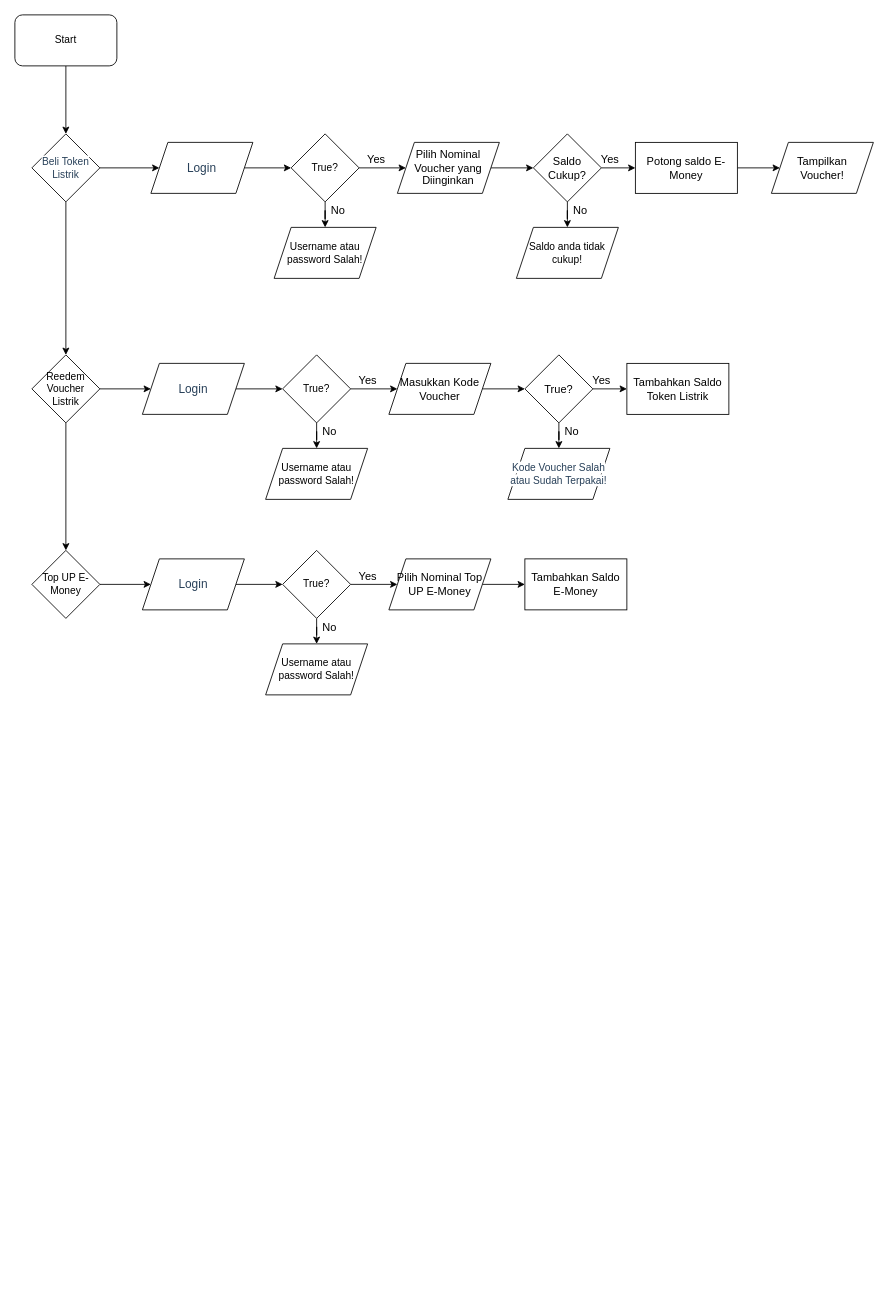
The draw.io diagram Listrik.drawio in farrasrayhand/Learning, before the edit. Source tidied: cells renumbered, new cells numbered last; positions are measured from the earlier drawing's top-left corner, leaving out a move shared by most shapes. Both pictures are drawn from the tidied source at 85%, with x=0, y=0 at pixel (14, 14).
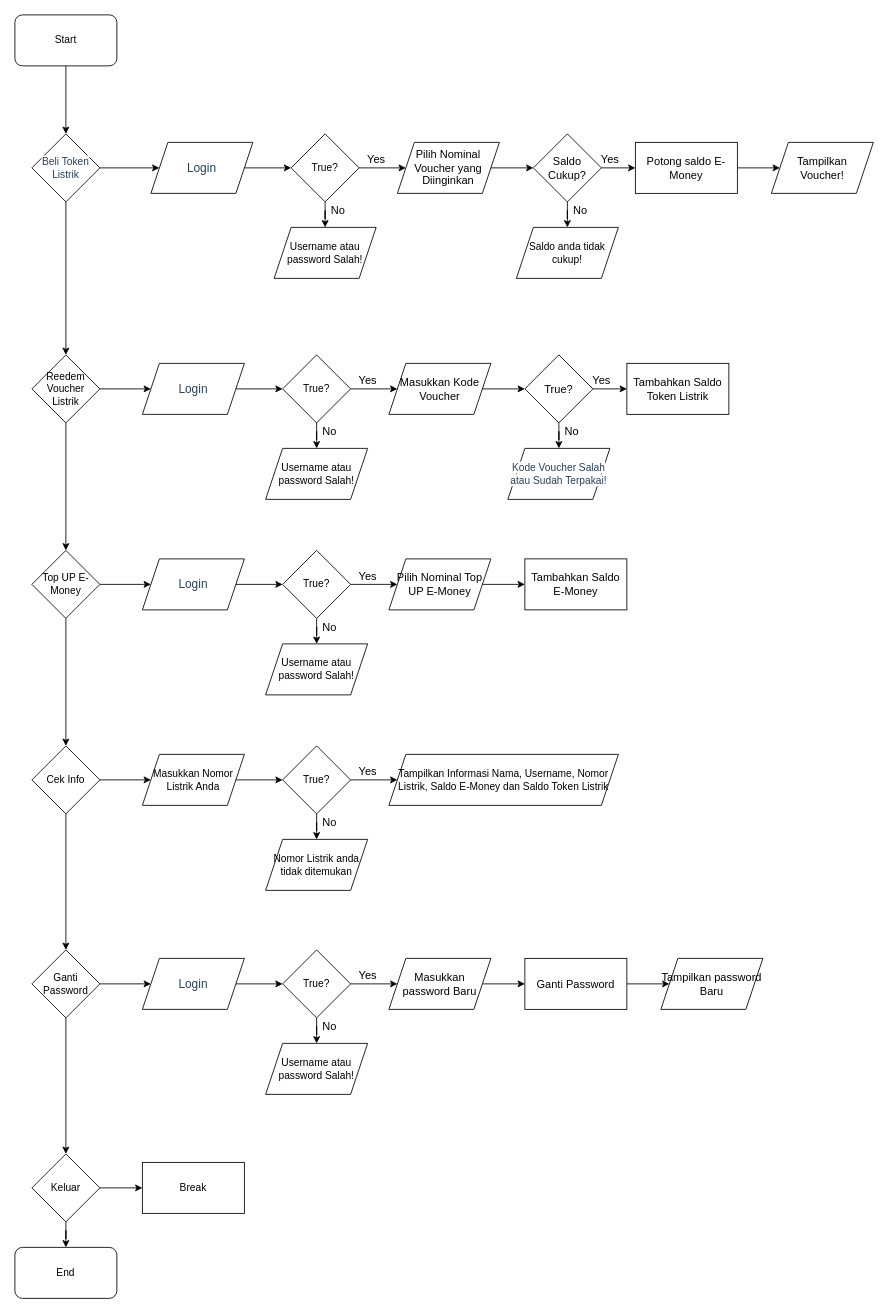
Above is the later version.

The change refers to these unchanged cells:
```xml
<mxCell id="47" value="Top UP E-Money" style="rhombus;whiteSpace=wrap;html=1;fontSize=12;" parent="1" vertex="1">
  <mxGeometry x="20" y="630" width="80" height="80" as="geometry" />
</mxCell>
```

Diff of the diagram source:
```diff
@@
+    <mxCell id="59" style="edgeStyle=orthogonalEdgeStyle;rounded=0;jettySize=auto;html=1;entryX=0.5;entryY=0;entryDx=0;entryDy=0;fontFamily=Helvetica;fontSize=12;" parent="1" edge="1" source="47" target="62">
+      <mxGeometry relative="1" as="geometry" />
+    </mxCell>
@@
+    <mxCell id="60" style="edgeStyle=orthogonalEdgeStyle;rounded=0;jettySize=auto;html=1;entryX=0;entryY=0.5;entryDx=0;entryDy=0;fontFamily=Helvetica;fontSize=12;" parent="1" edge="1" source="62" target="64">
+      <mxGeometry relative="1" as="geometry" />
+    </mxCell>
+    <mxCell id="61" style="edgeStyle=orthogonalEdgeStyle;rounded=0;jettySize=auto;html=1;entryX=0.5;entryY=0;entryDx=0;entryDy=0;fontFamily=Helvetica;fontSize=12;" parent="1" edge="1" source="62" target="74">
+      <mxGeometry relative="1" as="geometry" />
+    </mxCell>
+    <mxCell id="62" value="Cek Info" style="rhombus;whiteSpace=wrap;html=1;fontFamily=Helvetica;fontSize=12;" parent="1" vertex="1">
+      <mxGeometry x="20" y="860" width="80" height="80" as="geometry" />
+    </mxCell>
+    <mxCell id="63" style="edgeStyle=orthogonalEdgeStyle;rounded=0;jettySize=auto;html=1;entryX=0;entryY=0.5;entryDx=0;entryDy=0;fontSize=12;" parent="1" edge="1" source="64" target="67">
+      <mxGeometry relative="1" as="geometry" />
+    </mxCell>
+    <mxCell id="64" value="Masukkan Nomor Listrik Anda" style="shape=parallelogram;perimeter=parallelogramPerimeter;whiteSpace=wrap;html=1;fixedSize=1;fontSize=12;" parent="1" vertex="1">
+      <mxGeometry x="150" y="870" width="120" height="60" as="geometry" />
+    </mxCell>
+    <mxCell id="65" style="edgeStyle=orthogonalEdgeStyle;rounded=0;jettySize=auto;html=1;entryX=0;entryY=0.5;entryDx=0;entryDy=0;fontSize=12;" parent="1" edge="1" source="67" target="69">
+      <mxGeometry relative="1" as="geometry" />
+    </mxCell>
+    <mxCell id="66" style="edgeStyle=orthogonalEdgeStyle;rounded=0;jettySize=auto;html=1;entryX=0.5;entryY=0;entryDx=0;entryDy=0;fontSize=12;" parent="1" edge="1" source="67" target="68">
+      <mxGeometry relative="1" as="geometry" />
+    </mxCell>
+    <mxCell id="67" value="True?" style="rhombus;whiteSpace=wrap;html=1;fontSize=12;" parent="1" vertex="1">
+      <mxGeometry x="315" y="860" width="80" height="80" as="geometry" />
+    </mxCell>
+    <mxCell id="68" value="Nomor Listrik anda tidak ditemukan" style="shape=parallelogram;perimeter=parallelogramPerimeter;whiteSpace=wrap;html=1;fixedSize=1;fontSize=12;" parent="1" vertex="1">
+      <mxGeometry x="295" y="970" width="120" height="60" as="geometry" />
+    </mxCell>
+    <mxCell id="69" value="Tampilkan Informasi Nama, Username, Nomor Listrik, Saldo E-Money dan Saldo Token Listrik" style="shape=parallelogram;perimeter=parallelogramPerimeter;whiteSpace=wrap;html=1;fixedSize=1;fontSize=12;" parent="1" vertex="1">
+      <mxGeometry x="440" y="870" width="270" height="60" as="geometry" />
+    </mxCell>
+    <mxCell id="70" value="Yes&lt;br&gt;" style="text;html=1;align=center;verticalAlign=middle;strokeColor=none;fontSize=13;" parent="1" vertex="1">
+      <mxGeometry x="395" y="880" width="40" height="20" as="geometry" />
+    </mxCell>
+    <mxCell id="71" value="No" style="text;html=1;align=center;verticalAlign=middle;strokeColor=none;fontSize=13;" parent="1" vertex="1">
+      <mxGeometry x="355" y="940" width="30" height="20" as="geometry" />
+    </mxCell>
+    <mxCell id="72" style="edgeStyle=orthogonalEdgeStyle;rounded=0;jettySize=auto;html=1;entryX=0;entryY=0.5;entryDx=0;entryDy=0;fontFamily=Helvetica;fontSize=12;" parent="1" edge="1" source="74" target="76">
+      <mxGeometry relative="1" as="geometry" />
+    </mxCell>
+    <mxCell id="73" style="edgeStyle=orthogonalEdgeStyle;rounded=0;jettySize=auto;html=1;entryX=0.5;entryY=0;entryDx=0;entryDy=0;fontFamily=Helvetica;fontSize=12;" parent="1" edge="1" source="74" target="90">
+      <mxGeometry relative="1" as="geometry" />
+    </mxCell>
+    <mxCell id="74" value="Ganti Password" style="rhombus;whiteSpace=wrap;html=1;fontFamily=Helvetica;fontSize=12;" parent="1" vertex="1">
+      <mxGeometry x="20" y="1100" width="80" height="80" as="geometry" />
+    </mxCell>
+    <mxCell id="75" style="edgeStyle=orthogonalEdgeStyle;rounded=0;jettySize=auto;html=1;entryX=0;entryY=0.5;entryDx=0;entryDy=0;fontSize=12;" parent="1" edge="1" source="76" target="79">
+      <mxGeometry relative="1" as="geometry" />
+    </mxCell>
+    <mxCell id="76" value="&#10;&#10;&lt;span style=&quot;color: rgb(40, 64, 89); font-family: &amp;quot;cerebri sans&amp;quot;; font-size: 14px; font-style: normal; font-weight: 400; letter-spacing: normal; text-align: center; text-indent: 0px; text-transform: none; word-spacing: 0px; background-color: rgb(255, 255, 255); display: inline; float: none;&quot;&gt;Login&lt;/span&gt;&#10;&#10;" style="shape=parallelogram;perimeter=parallelogramPerimeter;whiteSpace=wrap;html=1;fixedSize=1;fontSize=12;" parent="1" vertex="1">
+      <mxGeometry x="150" y="1110" width="120" height="60" as="geometry" />
+    </mxCell>
+    <mxCell id="77" style="edgeStyle=orthogonalEdgeStyle;rounded=0;jettySize=auto;html=1;entryX=0;entryY=0.5;entryDx=0;entryDy=0;fontSize=12;" parent="1" edge="1" source="79" target="82">
+      <mxGeometry relative="1" as="geometry" />
+    </mxCell>
+    <mxCell id="78" style="edgeStyle=orthogonalEdgeStyle;rounded=0;jettySize=auto;html=1;entryX=0.5;entryY=0;entryDx=0;entryDy=0;fontSize=12;" parent="1" edge="1" source="79" target="80">
+      <mxGeometry relative="1" as="geometry" />
+    </mxCell>
+    <mxCell id="79" value="True?" style="rhombus;whiteSpace=wrap;html=1;fontSize=12;" parent="1" vertex="1">
+      <mxGeometry x="315" y="1100" width="80" height="80" as="geometry" />
+    </mxCell>
+    <mxCell id="80" value="Username atau password Salah!" style="shape=parallelogram;perimeter=parallelogramPerimeter;whiteSpace=wrap;html=1;fixedSize=1;fontSize=12;" parent="1" vertex="1">
+      <mxGeometry x="295" y="1210" width="120" height="60" as="geometry" />
+    </mxCell>
+    <mxCell id="81" style="edgeStyle=orthogonalEdgeStyle;rounded=0;jettySize=auto;html=1;entryX=0;entryY=0.5;entryDx=0;entryDy=0;fontSize=13;" parent="1" edge="1" source="82" target="86">
+      <mxGeometry relative="1" as="geometry" />
+    </mxCell>
+    <mxCell id="82" value="Masukkan password Baru" style="shape=parallelogram;perimeter=parallelogramPerimeter;whiteSpace=wrap;html=1;fixedSize=1;fontSize=13;" parent="1" vertex="1">
+      <mxGeometry x="440" y="1110" width="120" height="60" as="geometry" />
+    </mxCell>
+    <mxCell id="83" value="Yes&lt;br&gt;" style="text;html=1;align=center;verticalAlign=middle;strokeColor=none;fontSize=13;" parent="1" vertex="1">
+      <mxGeometry x="395" y="1120" width="40" height="20" as="geometry" />
+    </mxCell>
+    <mxCell id="84" value="No" style="text;html=1;align=center;verticalAlign=middle;strokeColor=none;fontSize=13;" parent="1" vertex="1">
+      <mxGeometry x="355" y="1180" width="30" height="20" as="geometry" />
+    </mxCell>
+    <mxCell id="85" style="edgeStyle=orthogonalEdgeStyle;rounded=0;jettySize=auto;html=1;fontSize=13;" parent="1" edge="1" source="86" target="87">
+      <mxGeometry relative="1" as="geometry" />
+    </mxCell>
+    <mxCell id="86" value="Ganti Password" style="rounded=0;whiteSpace=wrap;html=1;fontSize=13;" parent="1" vertex="1">
+      <mxGeometry x="600" y="1110" width="120" height="60" as="geometry" />
+    </mxCell>
+    <mxCell id="87" value="Tampilkan password Baru" style="shape=parallelogram;perimeter=parallelogramPerimeter;whiteSpace=wrap;html=1;fixedSize=1;fontSize=13;" parent="1" vertex="1">
+      <mxGeometry x="760" y="1110" width="120" height="60" as="geometry" />
+    </mxCell>
+    <mxCell id="88" style="edgeStyle=orthogonalEdgeStyle;rounded=0;jettySize=auto;html=1;fontFamily=Helvetica;fontSize=12;" parent="1" edge="1" source="90" target="91">
+      <mxGeometry relative="1" as="geometry" />
+    </mxCell>
+    <mxCell id="89" style="edgeStyle=orthogonalEdgeStyle;rounded=0;jettySize=auto;html=1;entryX=0;entryY=0.5;entryDx=0;entryDy=0;fontFamily=Helvetica;fontSize=12;" parent="1" edge="1" source="90" target="92">
+      <mxGeometry relative="1" as="geometry" />
+    </mxCell>
+    <mxCell id="90" value="Keluar" style="rhombus;whiteSpace=wrap;html=1;fontFamily=Helvetica;fontSize=12;" parent="1" vertex="1">
+      <mxGeometry x="20" y="1340" width="80" height="80" as="geometry" />
+    </mxCell>
+    <mxCell id="91" value="End" style="rounded=1;whiteSpace=wrap;html=1;" parent="1" vertex="1">
+      <mxGeometry y="1450" width="120" height="60" as="geometry" />
+    </mxCell>
+    <mxCell id="92" value="Break" style="rounded=0;whiteSpace=wrap;html=1;fontFamily=Helvetica;fontSize=12;" parent="1" vertex="1">
+      <mxGeometry x="150" y="1350" width="120" height="60" as="geometry" />
+    </mxCell>
```
